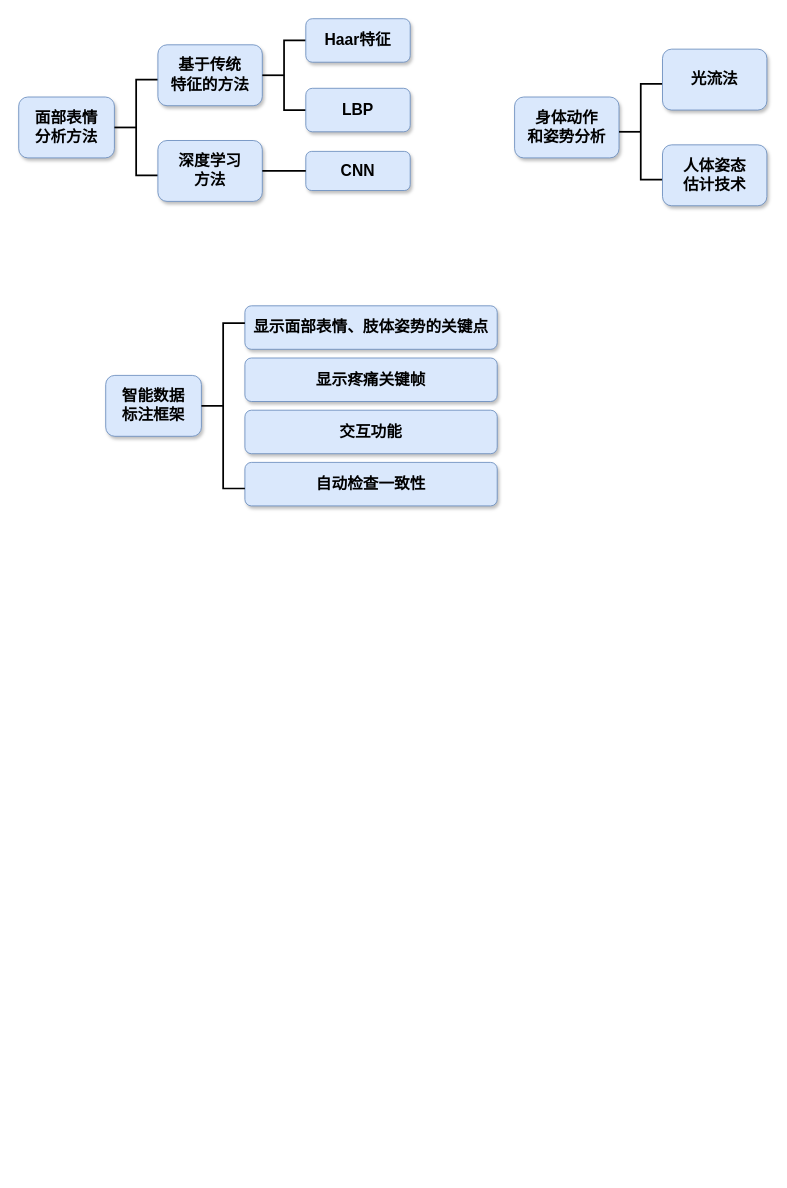
The draw.io diagram 未命名绘图.drawio in whenwedream/TELL, before the edit. Source tidied: cells renumbered, new cells numbered last; positions are measured from the earlier drawing's top-left corner, leaving out a move shared by most shapes. Both pictures are drawn from the tidied source at 87%, with x=0, y=0 at pixel (18, 18).
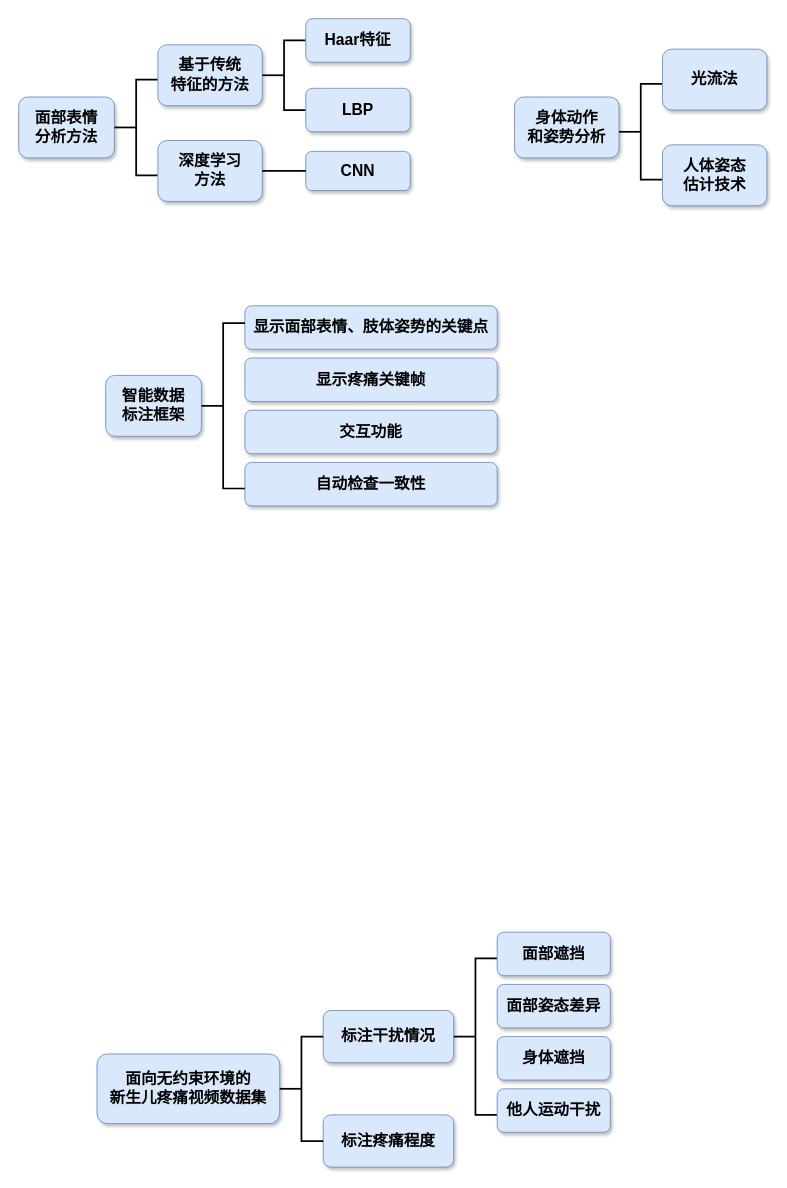
The same diagram, later.

Commit message:
更新未命名绘图.drawio

Diff of the diagram source:
```diff
@@
+    <mxCell id="21" value="&lt;span style=&quot;font-size: 18px;&quot;&gt;&lt;b&gt;面向无约束环境的&lt;/b&gt;&lt;/span&gt;&lt;div&gt;&lt;span style=&quot;font-size: 18px;&quot;&gt;&lt;b&gt;新生儿疼痛视频数据集&lt;/b&gt;&lt;/span&gt;&lt;/div&gt;" style="rounded=1;whiteSpace=wrap;html=1;fillColor=#dae8fc;strokeColor=#6c8ebf;gradientColor=none;glass=0;shadow=1;" parent="1" vertex="1">
+      <mxGeometry x="90" y="1190" width="210" height="80" as="geometry" />
+    </mxCell>
+    <mxCell id="22" value="&lt;span style=&quot;font-size: 18px;&quot;&gt;&lt;b&gt;标注干扰情况&lt;/b&gt;&lt;/span&gt;" style="rounded=1;whiteSpace=wrap;html=1;fillColor=#dae8fc;strokeColor=#6c8ebf;gradientColor=none;glass=0;shadow=1;" parent="1" vertex="1">
+      <mxGeometry x="350" y="1140" width="150" height="60" as="geometry" />
+    </mxCell>
+    <mxCell id="23" value="&lt;span style=&quot;font-size: 18px;&quot;&gt;&lt;b&gt;标注疼痛程度&lt;/b&gt;&lt;/span&gt;" style="rounded=1;whiteSpace=wrap;html=1;fillColor=#dae8fc;strokeColor=#6c8ebf;gradientColor=none;glass=0;shadow=1;" parent="1" vertex="1">
+      <mxGeometry x="350" y="1260" width="150" height="60" as="geometry" />
+    </mxCell>
+    <mxCell id="24" style="strokeWidth=2;html=1;shape=mxgraph.flowchart.annotation_2;align=left;labelPosition=right;" parent="1" vertex="1">
+      <mxGeometry x="300" y="1170" width="50" height="120" as="geometry" />
+    </mxCell>
+    <mxCell id="25" style="strokeWidth=2;html=1;shape=mxgraph.flowchart.annotation_2;align=left;labelPosition=right;" parent="1" vertex="1">
+      <mxGeometry x="500" y="1080" width="50" height="180" as="geometry" />
+    </mxCell>
+    <mxCell id="26" value="&lt;span style=&quot;font-size: 18px;&quot;&gt;&lt;b&gt;面部遮挡&lt;/b&gt;&lt;/span&gt;" style="rounded=1;whiteSpace=wrap;html=1;fillColor=#dae8fc;strokeColor=#6c8ebf;gradientColor=none;glass=0;shadow=1;" parent="1" vertex="1">
+      <mxGeometry x="550" y="1050" width="130" height="50" as="geometry" />
+    </mxCell>
+    <mxCell id="27" value="&lt;span style=&quot;font-size: 18px;&quot;&gt;&lt;b&gt;面部姿态差异&lt;/b&gt;&lt;/span&gt;" style="rounded=1;whiteSpace=wrap;html=1;fillColor=#dae8fc;strokeColor=#6c8ebf;gradientColor=none;glass=0;shadow=1;" parent="1" vertex="1">
+      <mxGeometry x="550" y="1110" width="130" height="50" as="geometry" />
+    </mxCell>
+    <mxCell id="28" value="&lt;span style=&quot;font-size: 18px;&quot;&gt;&lt;b&gt;身体遮挡&lt;/b&gt;&lt;/span&gt;" style="rounded=1;whiteSpace=wrap;html=1;fillColor=#dae8fc;strokeColor=#6c8ebf;gradientColor=none;glass=0;shadow=1;" parent="1" vertex="1">
+      <mxGeometry x="550" y="1170" width="130" height="50" as="geometry" />
+    </mxCell>
+    <mxCell id="29" value="&lt;span style=&quot;font-size: 18px;&quot;&gt;&lt;b&gt;他人运动干扰&lt;/b&gt;&lt;/span&gt;" style="rounded=1;whiteSpace=wrap;html=1;fillColor=#dae8fc;strokeColor=#6c8ebf;gradientColor=none;glass=0;shadow=1;" parent="1" vertex="1">
+      <mxGeometry x="550" y="1230" width="130" height="50" as="geometry" />
+    </mxCell>
```
